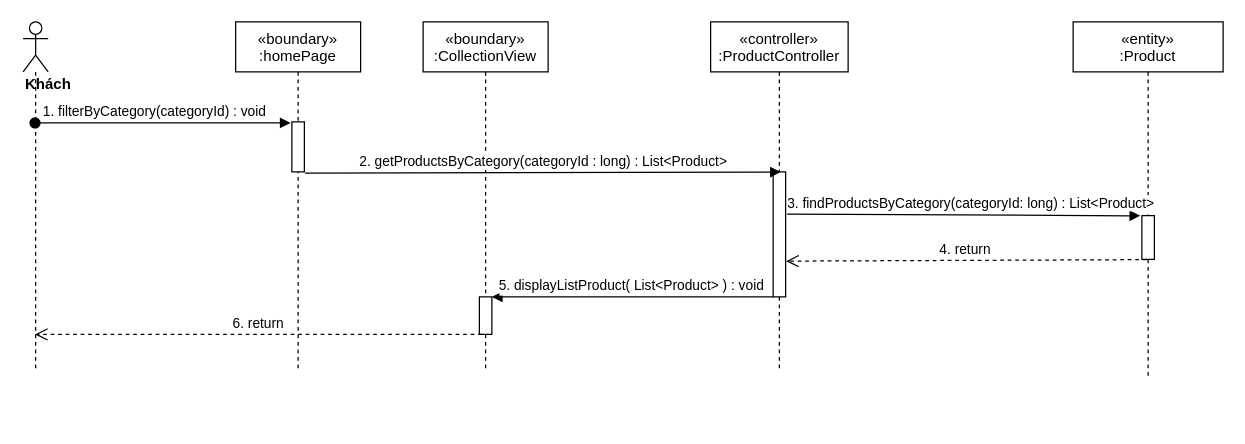
Earlier version of the draw.io diagram sequence diagram/getProductByCategory-seqence.drawio (nguyenphamvan/datn_20202). Source tidied: cells renumbered, new cells numbered last; positions are measured from the earlier drawing's top-left corner, leaving out a move shared by most shapes. Both pictures are drawn from the tidied source at 125%, with x=0, y=0 at pixel (22, 21).
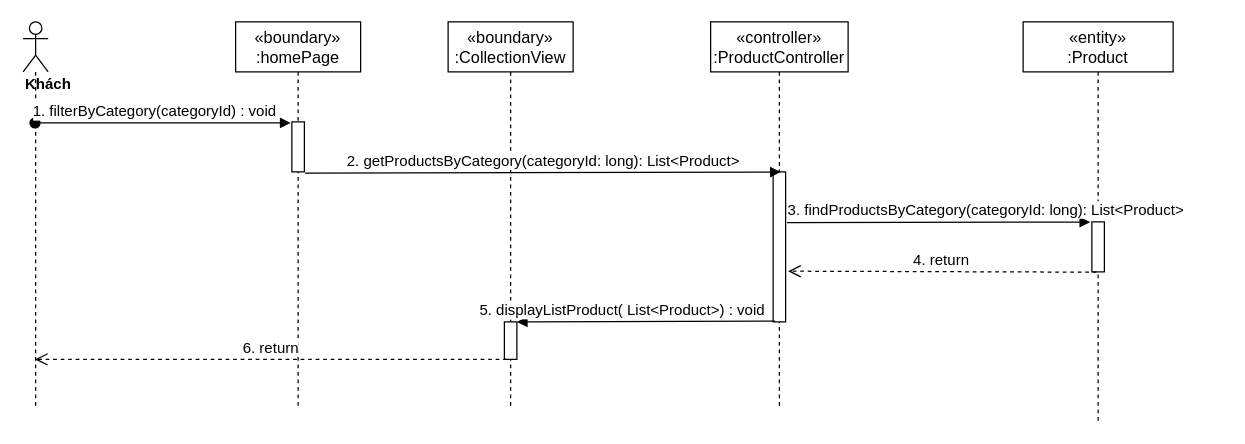
The same diagram, later.

The edit, as a diff of the source:
```diff
@@
 <mxGraphModel>
   <root>
     <mxCell id="0" />
     <mxCell id="1" parent="0" />
-    <mxCell id="2" value="«boundary»&#10;:CollectionView" style="shape=umlLifeline;perimeter=lifelinePerimeter;rounded=0;shadow=0;strokeWidth=1;" parent="1" vertex="1">
-      <mxGeometry x="320" width="100" height="280" as="geometry" />
+    <mxCell id="2" value="«boundary»&#10;:CollectionView" style="shape=umlLifeline;perimeter=lifelinePerimeter;rounded=0;shadow=0;strokeWidth=1;fontSize=13;" parent="1" vertex="1">
+      <mxGeometry x="340" width="100" height="310" as="geometry" />
     </mxCell>
     <mxCell id="3" style="html=1;points=[];perimeter=orthogonalPerimeter;" parent="2" vertex="1">
-      <mxGeometry x="45" y="220" width="10" height="30" as="geometry" />
+      <mxGeometry x="45" y="240" width="10" height="30" as="geometry" />
     </mxCell>
-    <mxCell id="4" value="«controller»&#10;:ProductController" style="shape=umlLifeline;perimeter=lifelinePerimeter;rounded=0;shadow=0;strokeWidth=1;" parent="1" vertex="1">
-      <mxGeometry x="550" width="110" height="280" as="geometry" />
+    <mxCell id="4" value="«controller»&#10;:ProductController" style="shape=umlLifeline;perimeter=lifelinePerimeter;rounded=0;shadow=0;strokeWidth=1;fontSize=13;" parent="1" vertex="1">
+      <mxGeometry x="550" width="110" height="310" as="geometry" />
     </mxCell>
     <mxCell id="5" style="points=[];perimeter=orthogonalPerimeter;rounded=0;shadow=0;strokeWidth=1;" parent="4" vertex="1">
-      <mxGeometry x="50" y="120" width="10" height="100" as="geometry" />
+      <mxGeometry x="50" y="120" width="10" height="120" as="geometry" />
     </mxCell>
     <mxCell id="6" value="&lt;div&gt;&lt;b&gt;Khách&lt;/b&gt;&lt;/div&gt;" style="shape=umlLifeline;participant=umlActor;perimeter=lifelinePerimeter;whiteSpace=wrap;html=1;verticalAlign=top;spacingTop=36;outlineConnect=0;align=left;" parent="1" vertex="1">
-      <mxGeometry width="20" height="280" as="geometry" />
+      <mxGeometry width="20" height="310" as="geometry" />
     </mxCell>
-    <mxCell id="7" value="1. filterByCategory(categoryId) : void" style="verticalAlign=bottom;startArrow=oval;endArrow=block;startSize=8;shadow=0;strokeWidth=1;entryX=-0.1;entryY=0.022;entryDx=0;entryDy=0;entryPerimeter=0;" parent="1" edge="1" source="6" target="15">
+    <mxCell id="7" value="1. filterByCategory(categoryId) : void" style="verticalAlign=bottom;startArrow=oval;endArrow=block;startSize=8;shadow=0;strokeWidth=1;entryX=-0.1;entryY=0.022;entryDx=0;entryDy=0;entryPerimeter=0;fontSize=12;" parent="1" edge="1" source="6" target="15">
       <mxGeometry x="-0.06" relative="1" as="geometry" />
     </mxCell>
-    <mxCell id="8" value="2. getProductsByCategory(categoryId : long) : List&amp;lt;Product&amp;gt;" style="html=1;verticalAlign=bottom;endArrow=block;entryX=0.617;entryY=0.001;entryDx=0;entryDy=0;entryPerimeter=0;exitX=1.06;exitY=1.025;exitDx=0;exitDy=0;exitPerimeter=0;" parent="1" edge="1" source="15" target="5">
+    <mxCell id="8" value="&lt;font style=&quot;font-size: 12px&quot;&gt;2. getProductsByCategory(categoryId: long): List&amp;lt;Product&amp;gt;&lt;/font&gt;" style="html=1;verticalAlign=bottom;endArrow=block;entryX=0.617;entryY=0.001;entryDx=0;entryDy=0;entryPerimeter=0;exitX=1.06;exitY=1.025;exitDx=0;exitDy=0;exitPerimeter=0;" parent="1" edge="1" source="15" target="5">
       <mxGeometry relative="1" as="geometry" />
     </mxCell>
-    <mxCell id="9" value="«entity»&#10;:Product" style="shape=umlLifeline;perimeter=lifelinePerimeter;rounded=0;shadow=0;strokeWidth=1;" parent="1" vertex="1">
-      <mxGeometry x="840" width="120" height="285" as="geometry" />
+    <mxCell id="9" value="«entity»&#10;:Product" style="shape=umlLifeline;perimeter=lifelinePerimeter;rounded=0;shadow=0;strokeWidth=1;fontSize=13;" parent="1" vertex="1">
+      <mxGeometry x="800" width="120" height="320" as="geometry" />
     </mxCell>
     <mxCell id="10" style="points=[];perimeter=orthogonalPerimeter;rounded=0;shadow=0;strokeWidth=1;" parent="9" vertex="1">
-      <mxGeometry x="55" y="155" width="10" height="35" as="geometry" />
+      <mxGeometry x="55" y="160" width="10" height="40" as="geometry" />
     </mxCell>
-    <mxCell id="11" value="3. findProductsByCategory(categoryId: long) : List&amp;lt;Product&amp;gt;" style="html=1;verticalAlign=bottom;endArrow=block;entryX=-0.133;entryY=0.004;entryDx=0;entryDy=0;entryPerimeter=0;exitX=1.12;exitY=0.338;exitDx=0;exitDy=0;exitPerimeter=0;" parent="1" edge="1" source="5" target="10">
-      <mxGeometry x="0.04" relative="1" as="geometry" />
+    <mxCell id="11" value="&lt;font style=&quot;font-size: 12px&quot;&gt;3. findProductsByCategory(categoryId: long): List&amp;lt;Product&amp;gt;&lt;/font&gt;" style="html=1;verticalAlign=bottom;endArrow=block;entryX=-0.133;entryY=0.004;entryDx=0;entryDy=0;entryPerimeter=0;exitX=1.12;exitY=0.338;exitDx=0;exitDy=0;exitPerimeter=0;" parent="1" edge="1" source="5" target="10">
+      <mxGeometry x="0.31" relative="1" as="geometry" />
     </mxCell>
-    <mxCell id="12" value="4. return&amp;nbsp;" style="html=1;verticalAlign=bottom;endArrow=open;dashed=1;endSize=8;exitX=0.367;exitY=1.006;exitDx=0;exitDy=0;exitPerimeter=0;entryX=1.04;entryY=0.714;entryDx=0;entryDy=0;entryPerimeter=0;" parent="1" edge="1" source="10" target="5">
+    <mxCell id="12" value="&lt;font style=&quot;font-size: 12px&quot;&gt;4. return&amp;nbsp;&lt;/font&gt;" style="html=1;verticalAlign=bottom;endArrow=open;dashed=1;endSize=8;exitX=0.367;exitY=1.006;exitDx=0;exitDy=0;exitPerimeter=0;entryX=1.2;entryY=0.662;entryDx=0;entryDy=0;entryPerimeter=0;" parent="1" edge="1" source="10" target="5">
       <mxGeometry relative="1" as="geometry" />
     </mxCell>
-    <mxCell id="13" value="5. displayListProduct( List&lt;Product&gt; ) : void" style="verticalAlign=bottom;endArrow=block;shadow=0;strokeWidth=1;" parent="1" edge="1" source="5" target="3">
-      <mxGeometry relative="1" as="geometry" />
+    <mxCell id="13" value="5. displayListProduct( List&lt;Product&gt;) : void" style="verticalAlign=bottom;endArrow=block;shadow=0;strokeWidth=1;fontSize=12;exitX=0.16;exitY=0.995;exitDx=0;exitDy=0;exitPerimeter=0;" parent="1" edge="1" source="5" target="3">
+      <mxGeometry x="0.18" relative="1" as="geometry" />
     </mxCell>
-    <mxCell id="14" value="«boundary»&#10;:homePage" style="shape=umlLifeline;perimeter=lifelinePerimeter;rounded=0;shadow=0;strokeWidth=1;" parent="1" vertex="1">
-      <mxGeometry x="170" width="100" height="280" as="geometry" />
+    <mxCell id="14" value="«boundary»&#10;:homePage" style="shape=umlLifeline;perimeter=lifelinePerimeter;rounded=0;shadow=0;strokeWidth=1;fontSize=13;" parent="1" vertex="1">
+      <mxGeometry x="170" width="100" height="310" as="geometry" />
     </mxCell>
     <mxCell id="15" style="points=[];perimeter=orthogonalPerimeter;rounded=0;shadow=0;strokeWidth=1;" parent="14" vertex="1">
       <mxGeometry x="45" y="80" width="10" height="40" as="geometry" />
     </mxCell>
-    <mxCell id="16" value="6. return" style="html=1;verticalAlign=bottom;endArrow=open;dashed=1;endSize=8;exitX=0.2;exitY=1;exitDx=0;exitDy=0;exitPerimeter=0;" parent="1" edge="1" source="3" target="6">
+    <mxCell id="16" value="&lt;font style=&quot;font-size: 12px&quot;&gt;6. return&lt;/font&gt;" style="html=1;verticalAlign=bottom;endArrow=open;dashed=1;endSize=8;exitX=0.2;exitY=1;exitDx=0;exitDy=0;exitPerimeter=0;" parent="1" edge="1" source="3" target="6">
       <mxGeometry relative="1" as="geometry" />
     </mxCell>
   </root>
 </mxGraphModel>
```
